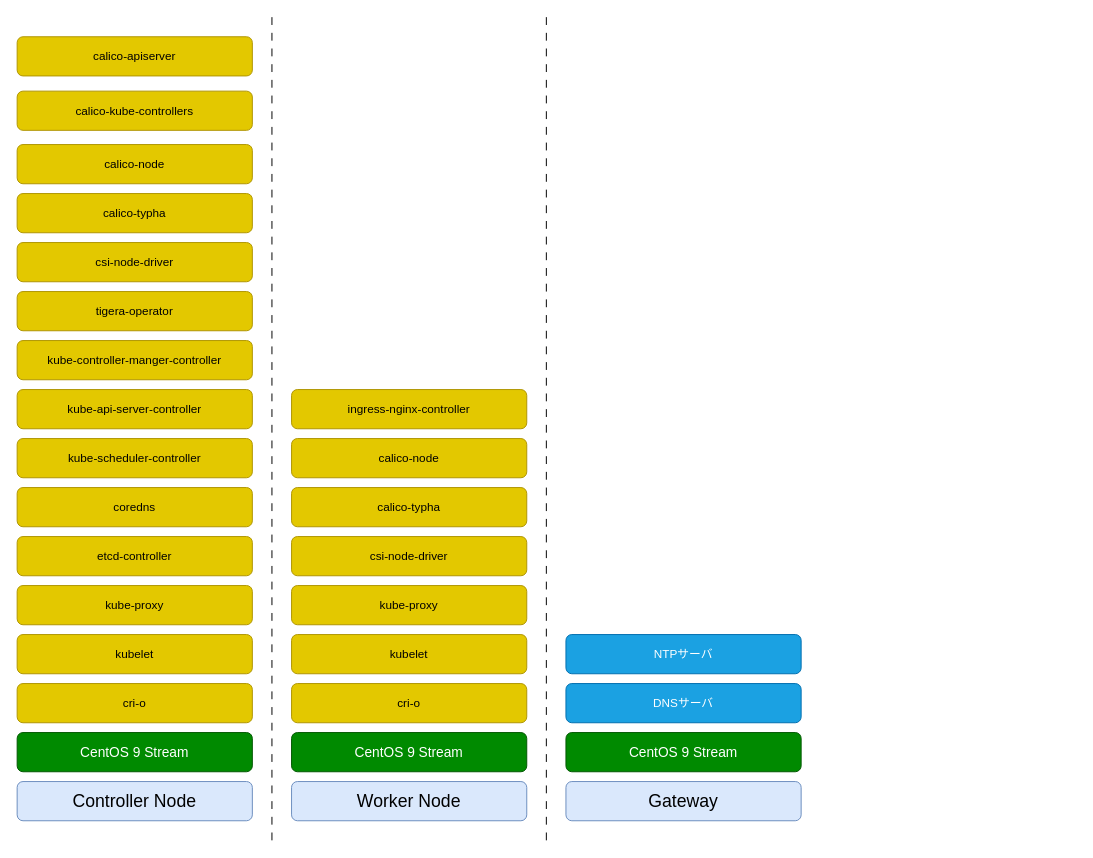
Before: _static/image/software_diagram.drawio in 9506hqwy/k8s_study_notes, a draw.io diagram. Source tidied: cells renumbered, new cells numbered last; positions are measured from the earlier drawing's top-left corner, leaving out a move shared by most shapes. Both pictures are drawn from the tidied source at 98%, with x=0, y=0 at pixel (17, 17).
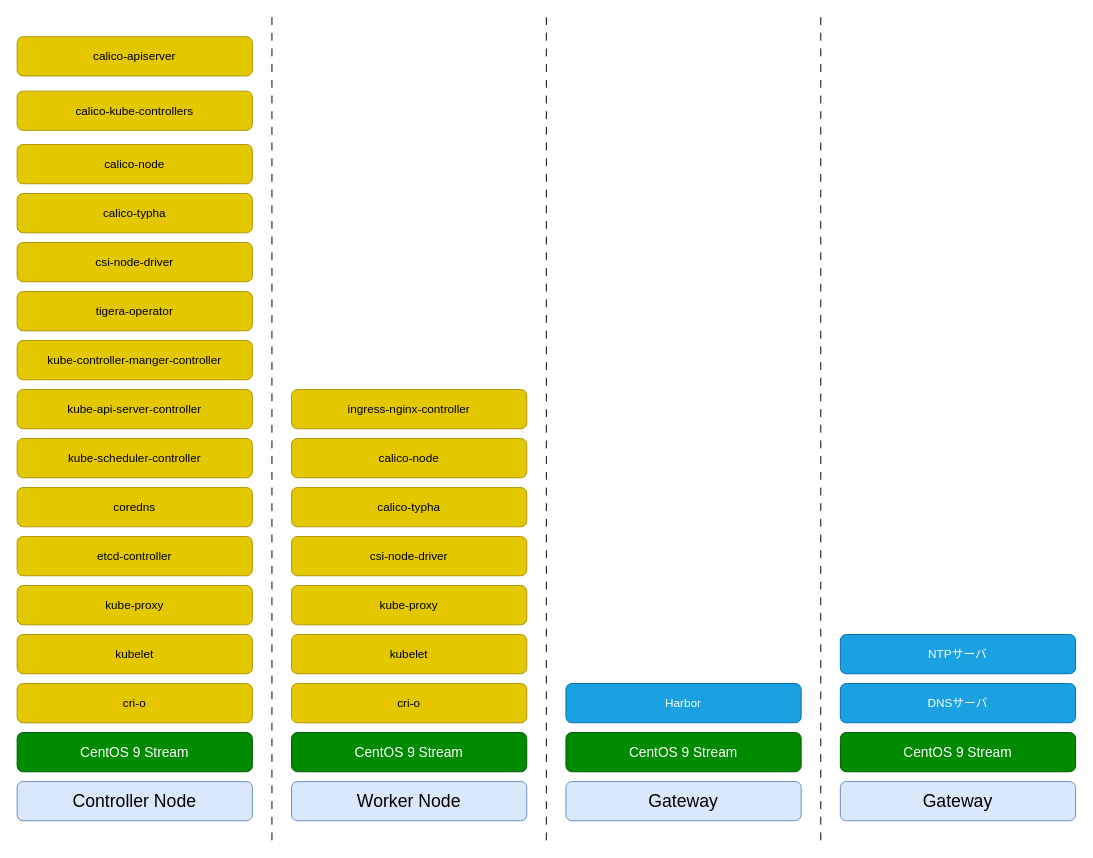
After the change.

Change to the diagram source:
```diff
@@
-    <mxCell id="6" value="&lt;div&gt;DNSサーバ&lt;/div&gt;" style="rounded=1;whiteSpace=wrap;html=1;fillColor=#1ba1e2;strokeColor=#006EAF;fontColor=#ffffff;" parent="1" vertex="1">
+    <mxCell id="6" value="Harbor" style="rounded=1;whiteSpace=wrap;html=1;fillColor=#1ba1e2;strokeColor=#006EAF;fontColor=#ffffff;" parent="1" vertex="1">
       <mxGeometry x="560" y="680" width="240" height="40" as="geometry" />
     </mxCell>
-    <mxCell id="7" value="NTPサーバ" style="rounded=1;whiteSpace=wrap;html=1;fillColor=#1ba1e2;strokeColor=#006EAF;fontColor=#ffffff;" parent="1" vertex="1">
-      <mxGeometry x="560" y="630" width="240" height="40" as="geometry" />
-    </mxCell>
@@
+    <mxCell id="33" style="endArrow=none;html=1;rounded=0;dashed=1;dashPattern=8 8;" parent="1" edge="1">
+      <mxGeometry relative="1" as="geometry">
+        <mxPoint x="820" y="840" as="sourcePoint" />
+        <mxPoint x="820" as="targetPoint" />
+      </mxGeometry>
+    </mxCell>
+    <mxCell id="34" value="&lt;div style=&quot;font-size: 18px;&quot;&gt;&lt;font style=&quot;font-size: 18px;&quot;&gt;Gateway&lt;/font&gt;&lt;/div&gt;" style="rounded=1;whiteSpace=wrap;html=1;fillColor=#dae8fc;strokeColor=#6c8ebf;" parent="1" vertex="1">
+      <mxGeometry x="840" y="780" width="240" height="40" as="geometry" />
+    </mxCell>
+    <mxCell id="35" value="&lt;font style=&quot;font-size: 14px;&quot;&gt;CentOS 9 Stream&lt;/font&gt;" style="rounded=1;whiteSpace=wrap;html=1;fillColor=#008a00;strokeColor=#005700;fontColor=#ffffff;" parent="1" vertex="1">
+      <mxGeometry x="840" y="730" width="240" height="40" as="geometry" />
+    </mxCell>
+    <mxCell id="36" value="&lt;div&gt;DNSサーバ&lt;/div&gt;" style="rounded=1;whiteSpace=wrap;html=1;fillColor=#1ba1e2;strokeColor=#006EAF;fontColor=#ffffff;" parent="1" vertex="1">
+      <mxGeometry x="840" y="680" width="240" height="40" as="geometry" />
+    </mxCell>
+    <mxCell id="7" value="NTPサーバ" style="rounded=1;whiteSpace=wrap;html=1;fillColor=#1ba1e2;strokeColor=#006EAF;fontColor=#ffffff;" parent="1" vertex="1">
+      <mxGeometry x="840" y="630" width="240" height="40" as="geometry" />
+    </mxCell>
```
